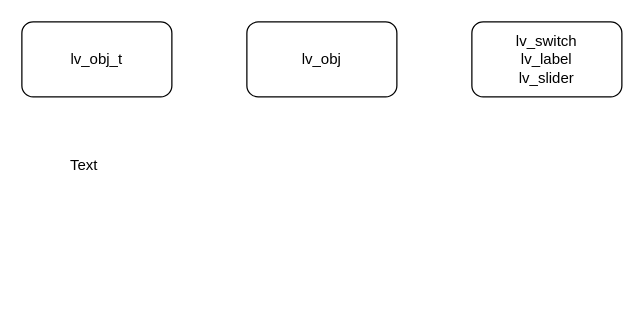
This is 未命名绘图.drawio from Jeafly/DrawIO, a draw.io file, before an edit. Source tidied: cells renumbered, new cells numbered last; positions are measured from the earlier drawing's top-left corner, leaving out a move shared by most shapes. Both pictures are drawn from the tidied source at 125%, with x=0, y=0 at pixel (21, 21).
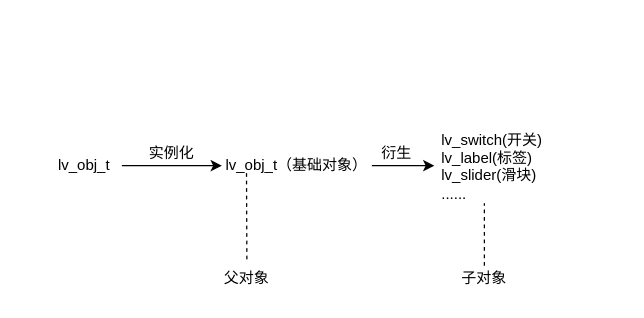
The same page after the edit.

Diff of the diagram source:
```diff
@@
 <mxGraphModel>
   <root>
     <mxCell id="0" />
     <mxCell id="1" parent="0" />
-    <mxCell id="2" value="lv_obj_t" style="rounded=1;whiteSpace=wrap;html=1;" parent="1" vertex="1">
-      <mxGeometry width="120" height="60" as="geometry" />
-    </mxCell>
-    <mxCell id="3" value="lv_obj" style="rounded=1;whiteSpace=wrap;html=1;" parent="1" vertex="1">
-      <mxGeometry x="180" width="120" height="60" as="geometry" />
-    </mxCell>
+    <mxCell id="6" style="edgeStyle=orthogonalEdgeStyle;rounded=0;jettySize=auto;html=1;" parent="1" edge="1" source="4" target="9">
+      <mxGeometry relative="1" as="geometry" />
+    </mxCell>
-    <mxCell id="4" value="Text" style="text;html=1;strokeColor=none;fillColor=none;align=center;verticalAlign=middle;whiteSpace=wrap;rounded=0;" parent="1" vertex="1">
+    <mxCell id="4" value="lv_obj_t" style="text;html=1;strokeColor=none;fillColor=none;align=center;verticalAlign=middle;whiteSpace=wrap;rounded=0;" parent="1" vertex="1">
       <mxGeometry x="20" y="100" width="60" height="30" as="geometry" />
     </mxCell>
-    <mxCell id="5" value="lv_switch&lt;br&gt;lv_label&lt;br&gt;lv_slider" style="rounded=1;whiteSpace=wrap;html=1;" parent="1" vertex="1">
-      <mxGeometry x="360" width="120" height="60" as="geometry" />
-    </mxCell>
+    <mxCell id="7" value="lv_switch(开关)&lt;br&gt;lv_label(标签)&lt;br&gt;lv_slider(滑块)&lt;br&gt;......" style="text;strokeColor=none;fillColor=none;align=left;verticalAlign=middle;spacingLeft=4;spacingRight=4;overflow=hidden;points=[[0,0.5],[1,0.5]];portConstraint=eastwest;whiteSpace=wrap;html=1;" parent="1" vertex="1">
+      <mxGeometry x="330" y="85" width="100" height="60" as="geometry" />
+    </mxCell>
+    <mxCell id="8" style="edgeStyle=orthogonalEdgeStyle;rounded=0;jettySize=auto;html=1;" parent="1" edge="1" source="9" target="7">
+      <mxGeometry relative="1" as="geometry" />
+    </mxCell>
+    <mxCell id="9" value="lv_obj_t（基础对象）" style="text;html=1;strokeColor=none;fillColor=none;align=center;verticalAlign=middle;whiteSpace=wrap;rounded=0;" parent="1" vertex="1">
+      <mxGeometry x="160" y="100" width="120" height="30" as="geometry" />
+    </mxCell>
+    <mxCell id="10" value="实例化" style="text;html=1;strokeColor=none;fillColor=none;align=center;verticalAlign=middle;whiteSpace=wrap;rounded=0;" parent="1" vertex="1">
+      <mxGeometry x="90" y="90" width="60" height="30" as="geometry" />
+    </mxCell>
+    <mxCell id="11" style="endArrow=none;dashed=1;html=1;rounded=0;exitX=0.5;exitY=0;exitDx=0;exitDy=0;" parent="1" edge="1" source="12">
+      <mxGeometry relative="1" as="geometry">
+        <mxPoint x="179.7" y="120" as="targetPoint" />
+      </mxGeometry>
+    </mxCell>
+    <mxCell id="12" value="父对象" style="text;html=1;strokeColor=none;fillColor=none;align=center;verticalAlign=middle;whiteSpace=wrap;rounded=0;" parent="1" vertex="1">
+      <mxGeometry x="150" y="190" width="60" height="30" as="geometry" />
+    </mxCell>
+    <mxCell id="13" value="衍生" style="text;html=1;strokeColor=none;fillColor=none;align=center;verticalAlign=middle;whiteSpace=wrap;rounded=0;" parent="1" vertex="1">
+      <mxGeometry x="270" y="90" width="60" height="30" as="geometry" />
+    </mxCell>
+    <mxCell id="14" style="endArrow=none;dashed=1;html=1;rounded=0;" parent="1" edge="1">
+      <mxGeometry relative="1" as="geometry">
+        <mxPoint x="370" y="195" as="sourcePoint" />
+        <mxPoint x="370" y="145" as="targetPoint" />
+      </mxGeometry>
+    </mxCell>
+    <mxCell id="15" value="子对象" style="text;html=1;strokeColor=none;fillColor=none;align=center;verticalAlign=middle;whiteSpace=wrap;rounded=0;" parent="1" vertex="1">
+      <mxGeometry x="340" y="190" width="60" height="30" as="geometry" />
+    </mxCell>
   </root>
 </mxGraphModel>
```
